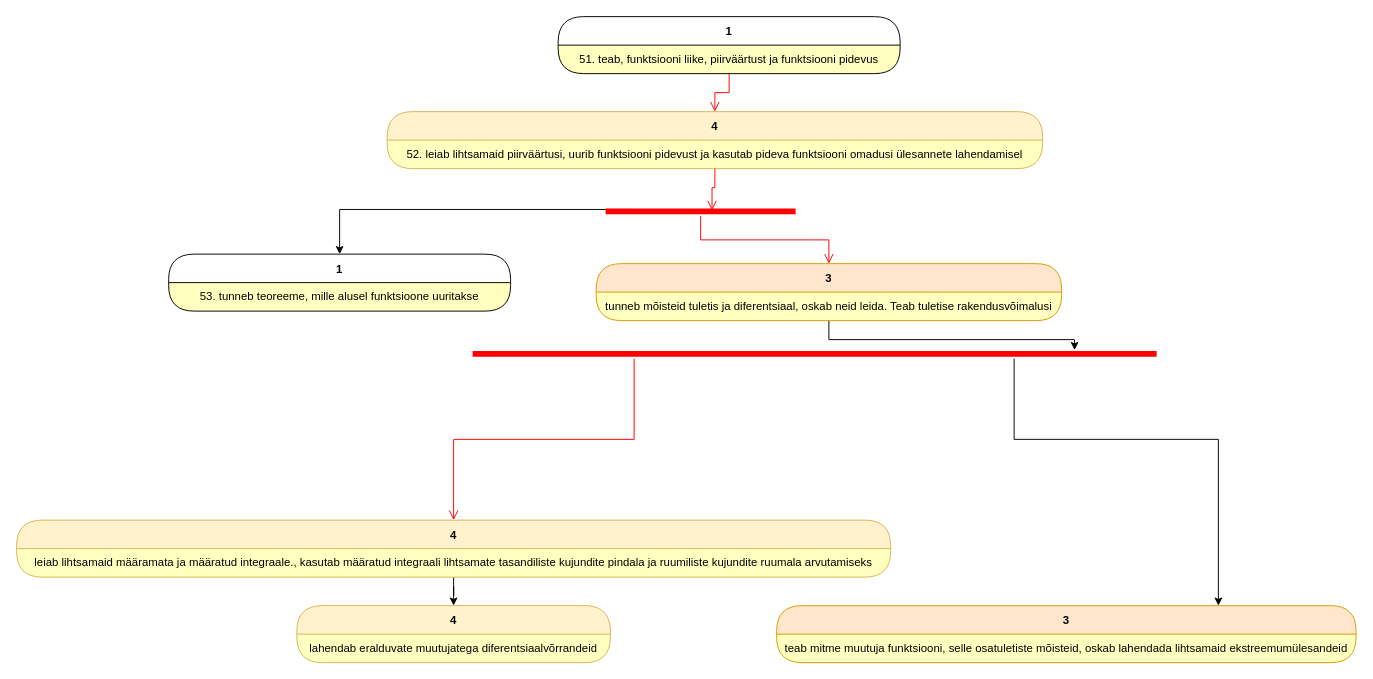
Above: page "Page-3" (3 of 4) of rmd/matemaatika-3.drawio in piiskop/matemaatika-3 (draw.io), before the change. Source tidied: cells renumbered, new cells numbered last; positions are measured from the earlier drawing's top-left corner, leaving out a move shared by most shapes. Both pictures are drawn from the tidied source at 95%, with x=0, y=0 at pixel (16, 16).
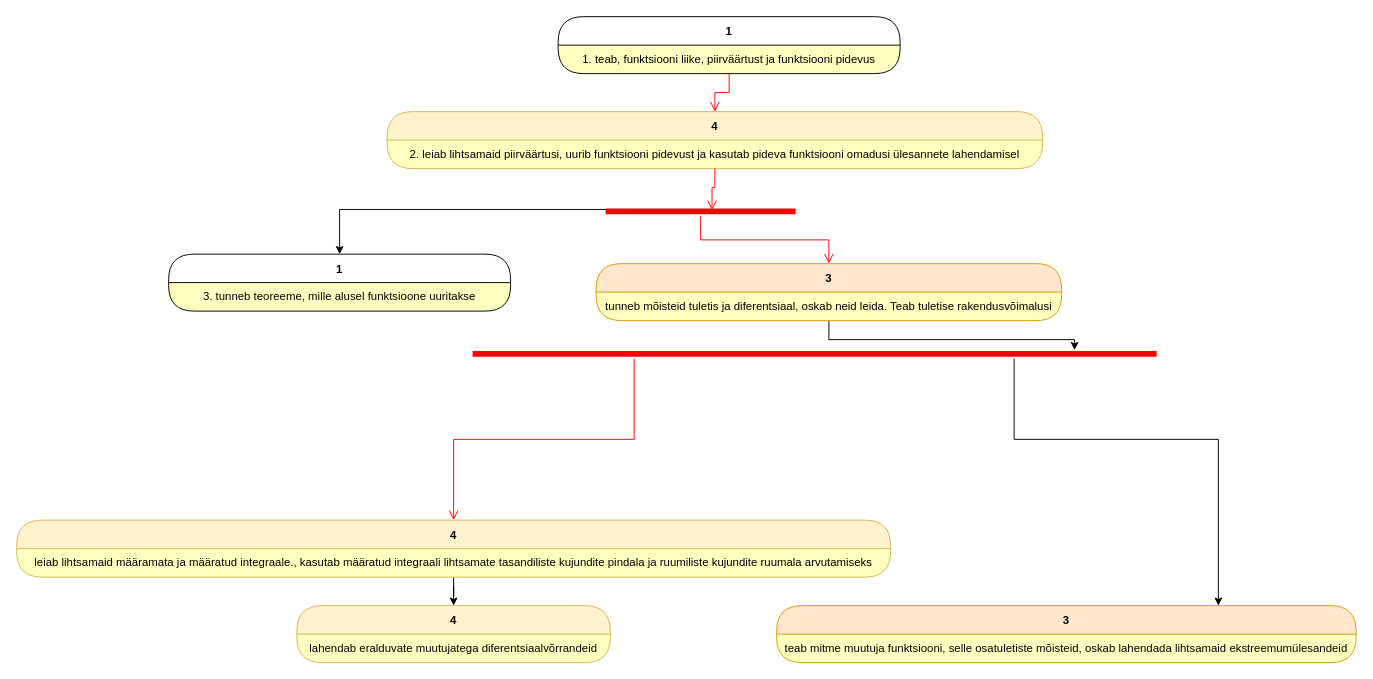
The same diagram, later.

Unchanged cells that the change refers to:
```xml
<mxCell id="2" value="1" style="swimlane;fontStyle=1;align=center;verticalAlign=middle;horizontal=1;startSize=30;rounded=1;arcSize=30;swimlaneFillColor=#ffffc0;" parent="1" vertex="1">
  <mxGeometry x="570" width="360" height="60" as="geometry" />
</mxCell>
<mxCell id="5" value="4" style="swimlane;fontStyle=1;align=center;verticalAlign=middle;horizontal=1;startSize=30;rounded=1;arcSize=30;swimlaneFillColor=#ffffc0;fillColor=#fff2cc;strokeColor=#d6b656;" parent="1" vertex="1">
  <mxGeometry x="390" y="100" width="690" height="60" as="geometry" />
</mxCell>
<mxCell id="11" value="1" style="swimlane;fontStyle=1;align=center;verticalAlign=middle;horizontal=1;startSize=30;rounded=1;arcSize=30;swimlaneFillColor=#ffffc0;" parent="1" vertex="1">
  <mxGeometry x="160" y="250" width="360" height="60" as="geometry" />
</mxCell>
```

Diff of the diagram source:
```diff
@@
-    <mxCell id="3" value="51. teab, funktsiooni liike, piirväärtust ja funktsiooni pidevus" style="text;html=1;strokeColor=none;fillColor=none;align=center;verticalAlign=middle;spacingLeft=4;spacingRight=4;whiteSpace=wrap;overflow=hidden;fontColor=#000000;" parent="2" vertex="1">
+    <mxCell id="3" value="1. teab, funktsiooni liike, piirväärtust ja funktsiooni pidevus" style="text;html=1;strokeColor=none;fillColor=none;align=center;verticalAlign=middle;spacingLeft=4;spacingRight=4;whiteSpace=wrap;overflow=hidden;fontColor=#000000;" parent="2" vertex="1">
       <mxGeometry y="30" width="360" height="30" as="geometry" />
     </mxCell>
@@
-    <mxCell id="6" value="52. leiab lihtsamaid piirväärtusi, uurib funktsiooni pidevust ja kasutab pideva funktsiooni omadusi ülesannete lahendamisel" style="text;html=1;strokeColor=none;fillColor=none;align=center;verticalAlign=middle;spacingLeft=4;spacingRight=4;whiteSpace=wrap;overflow=hidden;fontColor=#000000;" parent="5" vertex="1">
+    <mxCell id="6" value="2. leiab lihtsamaid piirväärtusi, uurib funktsiooni pidevust ja kasutab pideva funktsiooni omadusi ülesannete lahendamisel" style="text;html=1;strokeColor=none;fillColor=none;align=center;verticalAlign=middle;spacingLeft=4;spacingRight=4;whiteSpace=wrap;overflow=hidden;fontColor=#000000;" parent="5" vertex="1">
       <mxGeometry y="30" width="690" height="30" as="geometry" />
     </mxCell>
@@
-    <mxCell id="12" value="53. tunneb teoreeme, mille alusel funktsioone uuritakse" style="text;html=1;strokeColor=none;fillColor=none;align=center;verticalAlign=middle;spacingLeft=4;spacingRight=4;whiteSpace=wrap;overflow=hidden;fontColor=#000000;" parent="11" vertex="1">
+    <mxCell id="12" value="3. tunneb teoreeme, mille alusel funktsioone uuritakse" style="text;html=1;strokeColor=none;fillColor=none;align=center;verticalAlign=middle;spacingLeft=4;spacingRight=4;whiteSpace=wrap;overflow=hidden;fontColor=#000000;" parent="11" vertex="1">
       <mxGeometry y="30" width="360" height="30" as="geometry" />
     </mxCell>
```
